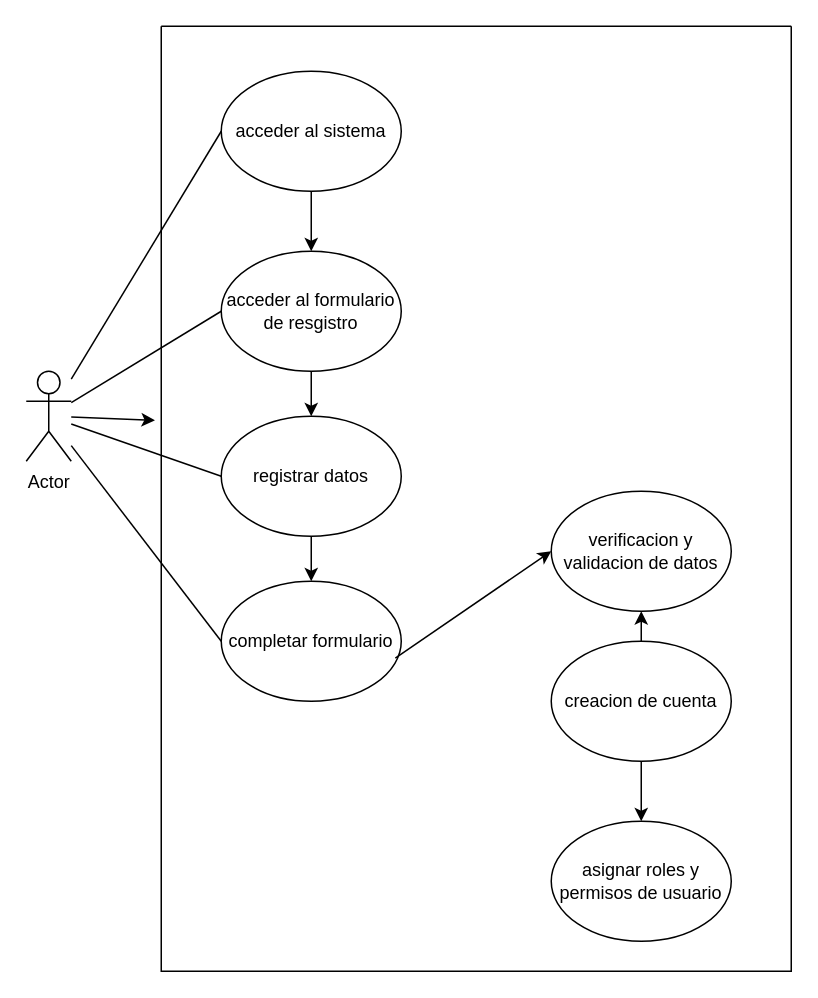
Earlier version of the draw.io diagram Diagrama sin título.drawio (lourdesvaca/ProgramacionAplicacionesMovilesI-20241). Source tidied: cells renumbered, new cells numbered last; positions are measured from the earlier drawing's top-left corner, leaving out a move shared by most shapes. Both pictures are drawn from the tidied source at 150%, with x=0, y=0 at pixel (26, 26).
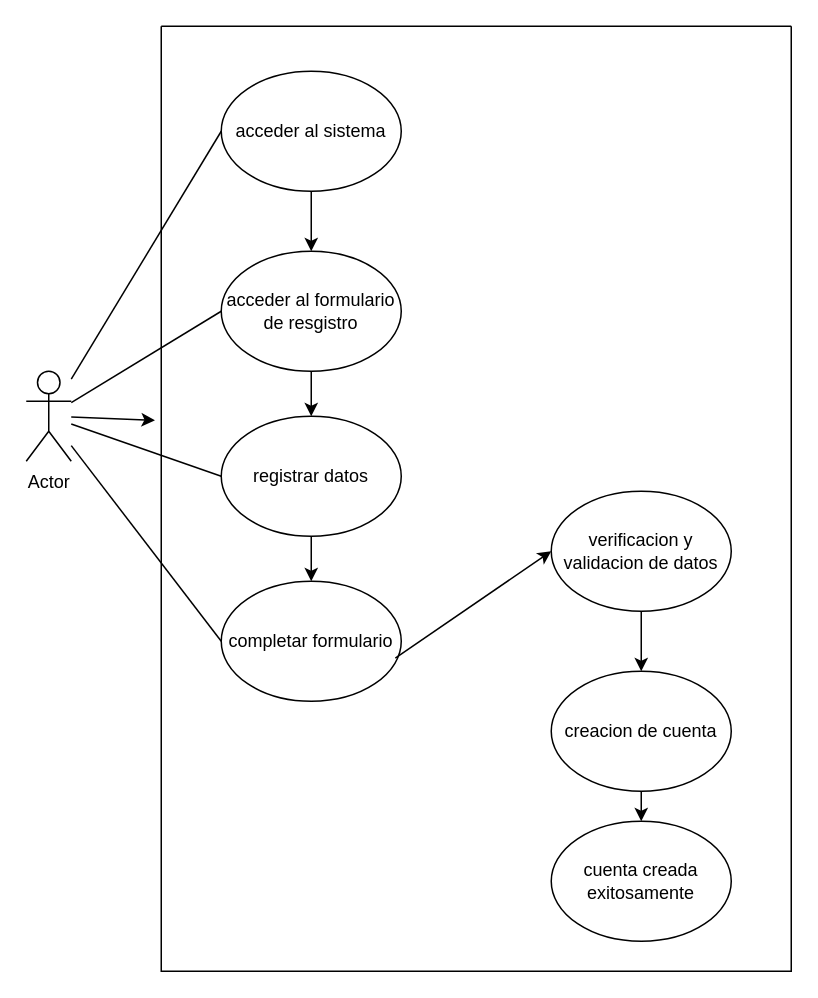
The same page after the edit.

The change refers to these unchanged cells:
```xml
<mxCell id="6" value="verificacion y validacion de datos" style="ellipse;whiteSpace=wrap;html=1;" parent="1" vertex="1">
  <mxGeometry x="350" y="310" width="120" height="80" as="geometry" />
</mxCell>
<mxCell id="8" style="swimlane;startSize=0;" parent="1" vertex="1">
  <mxGeometry x="90" width="420" height="630" as="geometry" />
</mxCell>
```

Diff of the diagram source:
```diff
@@
-    <mxCell id="7" value="creacion de cuenta" style="ellipse;whiteSpace=wrap;html=1;" parent="1" vertex="1">
-      <mxGeometry x="350" y="410" width="120" height="80" as="geometry" />
-    </mxCell>
@@
-    <mxCell id="10" value="asignar roles y permisos de usuario" style="ellipse;whiteSpace=wrap;html=1;" parent="8" vertex="1">
+    <mxCell id="10" value="cuenta creada exitosamente" style="ellipse;whiteSpace=wrap;html=1;" parent="8" vertex="1">
       <mxGeometry x="260" y="530" width="120" height="80" as="geometry" />
     </mxCell>
+    <mxCell id="7" value="creacion de cuenta" style="ellipse;whiteSpace=wrap;html=1;" parent="8" vertex="1">
+      <mxGeometry x="260" y="430" width="120" height="80" as="geometry" />
+    </mxCell>
+    <mxCell id="17" style="endArrow=classic;html=1;rounded=0;entryX=0.5;entryY=0;entryDx=0;entryDy=0;exitX=0.5;exitY=1;exitDx=0;exitDy=0;" parent="8" edge="1" source="7" target="10">
+      <mxGeometry relative="1" as="geometry" />
+    </mxCell>
@@
-    <mxCell id="16" style="endArrow=classic;html=1;rounded=0;entryX=0.5;entryY=1;entryDx=0;entryDy=0;" parent="1" edge="1" source="7" target="6">
-      <mxGeometry relative="1" as="geometry" />
-    </mxCell>
-    <mxCell id="17" style="endArrow=classic;html=1;rounded=0;entryX=0.5;entryY=0;entryDx=0;entryDy=0;exitX=0.5;exitY=1;exitDx=0;exitDy=0;" parent="1" edge="1" source="7" target="10">
-      <mxGeometry relative="1" as="geometry" />
-    </mxCell>
@@
+    <mxCell id="22" style="endArrow=classic;html=1;rounded=0;entryX=0.5;entryY=0;entryDx=0;entryDy=0;exitX=0.5;exitY=1;exitDx=0;exitDy=0;" parent="1" edge="1" source="6" target="7">
+      <mxGeometry relative="1" as="geometry" />
+    </mxCell>
```
